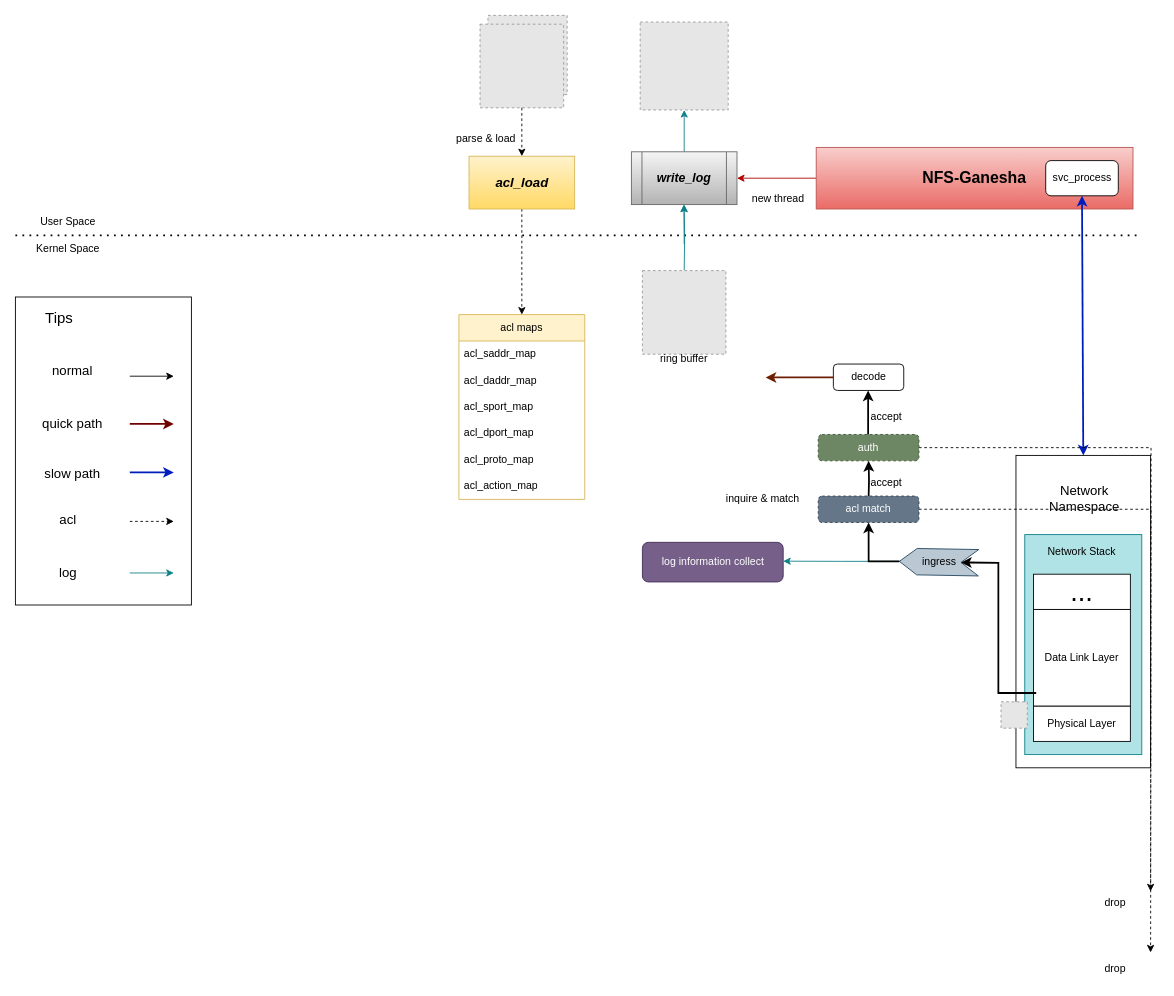
The draw.io diagram 安全模块.drawio in Kakoyi945/cloud, before the edit. Source tidied: cells renumbered, new cells numbered last; positions are measured from the earlier drawing's top-left corner, leaving out a move shared by most shapes. Both pictures are drawn from the tidied source at 88%, with x=0, y=0 at pixel (15, 15). Pictures stored in the file or linked from it are replaced by grey dashed boxes.
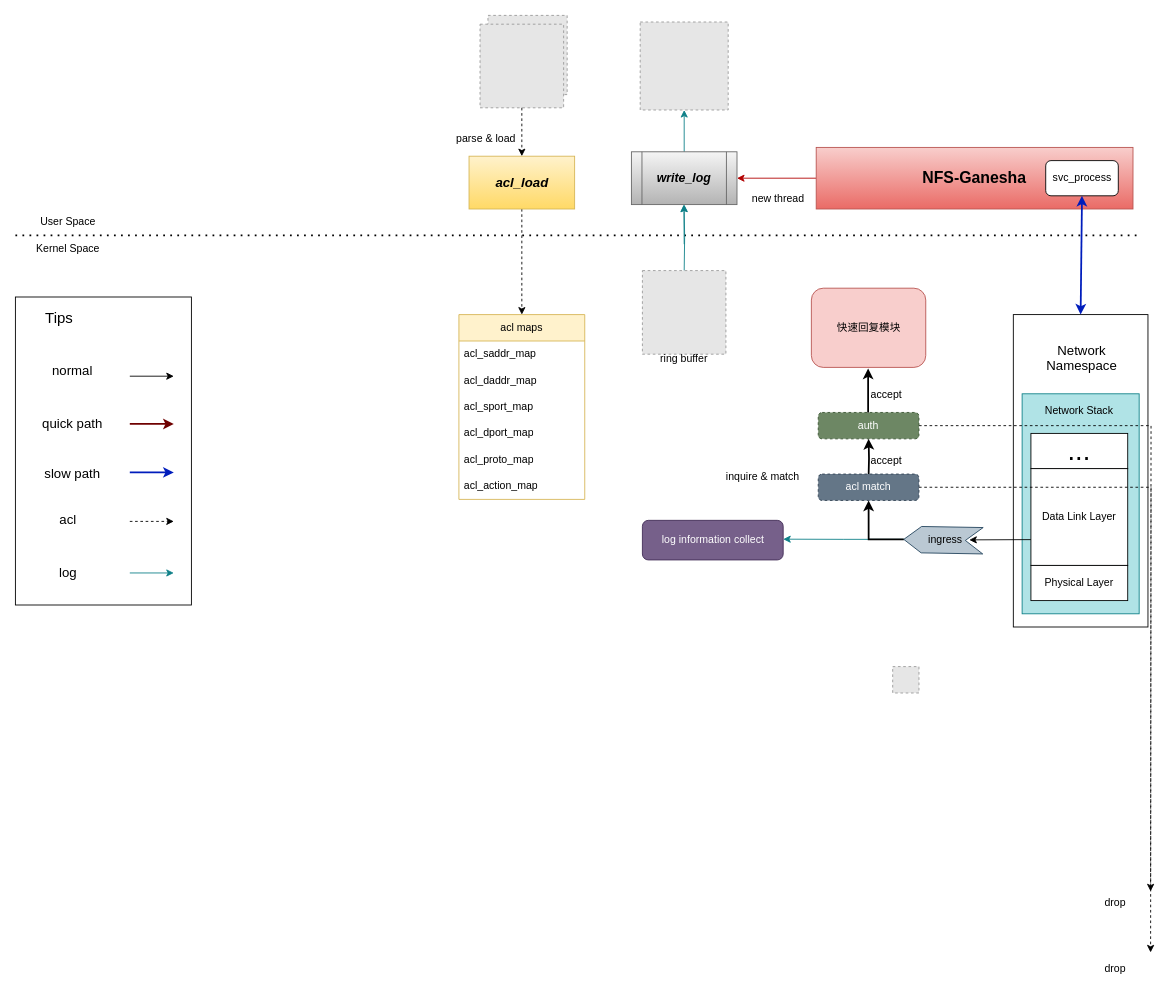
Above is the later version.

Commit message (it also covers changes not shown here):
更新安全模块.drawio

Diff of the diagram source:
```diff
@@
     <mxCell id="2" style="rounded=0;whiteSpace=wrap;html=1;" parent="1" vertex="1">
-      <mxGeometry x="1137" y="500" width="153" height="355" as="geometry" />
+      <mxGeometry x="1134" y="340" width="153" height="355" as="geometry" />
     </mxCell>
     <mxCell id="3" style="rounded=0;whiteSpace=wrap;html=1;fillColor=#b0e3e6;strokeColor=#0e8088;" parent="1" vertex="1">
-      <mxGeometry x="1147" y="590" width="133" height="250" as="geometry" />
+      <mxGeometry x="1144" y="430" width="133" height="250" as="geometry" />
     </mxCell>
@@
     <mxCell id="9" value="Data Link Layer" style="rounded=0;whiteSpace=wrap;html=1;" parent="1" vertex="1">
-      <mxGeometry x="1157" y="675" width="110" height="110" as="geometry" />
+      <mxGeometry x="1154" y="515" width="110" height="110" as="geometry" />
     </mxCell>
     <mxCell id="10" value="Physical Layer" style="rounded=0;whiteSpace=wrap;html=1;" parent="1" vertex="1">
-      <mxGeometry x="1157" y="785" width="110" height="40" as="geometry" />
+      <mxGeometry x="1154" y="625" width="110" height="40" as="geometry" />
     </mxCell>
     <mxCell id="11" value="&lt;font style=&quot;font-size: 31px;&quot;&gt;...&lt;/font&gt;" style="rounded=0;whiteSpace=wrap;html=1;" parent="1" vertex="1">
-      <mxGeometry x="1157" y="635" width="110" height="40" as="geometry" />
+      <mxGeometry x="1154" y="475" width="110" height="40" as="geometry" />
     </mxCell>
     <mxCell id="12" value="Network Stack" style="text;html=1;strokeColor=none;fillColor=none;align=center;verticalAlign=middle;whiteSpace=wrap;rounded=0;" parent="1" vertex="1">
-      <mxGeometry x="1162" y="595" width="100" height="30" as="geometry" />
+      <mxGeometry x="1159" y="435" width="100" height="30" as="geometry" />
     </mxCell>
     <mxCell id="13" style="edgeStyle=orthogonalEdgeStyle;rounded=0;jettySize=auto;html=1;exitX=1;exitY=0.5;exitDx=0;exitDy=0;fillColor=#b0e3e6;strokeColor=#0e8088;" parent="1" edge="1" source="14">
       <mxGeometry relative="1" as="geometry">
-        <mxPoint x="872.5" y="620.2" as="targetPoint" />
+        <mxPoint x="872.5" y="595.2" as="targetPoint" />
       </mxGeometry>
     </mxCell>
     <mxCell id="14" style="shape=step;perimeter=stepPerimeter;whiteSpace=wrap;html=1;fixedSize=1;rotation=-179;fillColor=#bac8d3;strokeColor=#23445d;" parent="1" vertex="1">
-      <mxGeometry x="1004.5" y="606.2" width="90" height="30" as="geometry" />
+      <mxGeometry x="1009.5" y="581.2" width="90" height="30" as="geometry" />
     </mxCell>
@@
     <mxCell id="16" value="ingress" style="text;html=1;strokeColor=none;fillColor=none;align=center;verticalAlign=middle;whiteSpace=wrap;rounded=0;" parent="1" vertex="1">
-      <mxGeometry x="1019.5" y="606.2" width="60" height="30" as="geometry" />
+      <mxGeometry x="1026.8" y="581.2" width="60" height="30" as="geometry" />
     </mxCell>
-    <mxCell id="17" style="endArrow=classic;html=1;rounded=0;entryX=0;entryY=0.5;entryDx=0;entryDy=0;fillColor=#e51400;strokeColor=#000000;strokeWidth=2;" parent="1" edge="1" target="14">
-      <mxGeometry relative="1" as="geometry">
-        <mxPoint x="1160" y="770" as="sourcePoint" />
-        <Array as="points">
-          <mxPoint x="1117" y="770" />
-          <mxPoint x="1117" y="622" />
-        </Array>
-      </mxGeometry>
-    </mxCell>
-    <mxCell id="18" value="decode" style="rounded=1;whiteSpace=wrap;html=1;" parent="1" vertex="1">
-      <mxGeometry x="929.5" y="396.2" width="80" height="30" as="geometry" />
-    </mxCell>
@@
     <mxCell id="35" style="fillColor=#E6E6E6;strokeColor=#999999;dashed=1;verticalLabelPosition=bottom;labelBackgroundColor=default;verticalAlign=top;" parent="1" vertex="1">
-      <mxGeometry x="1120" y="780" width="29.9" height="30" as="geometry" />
+      <mxGeometry x="996.9" y="740" width="29.9" height="30" as="geometry" />
     </mxCell>
     <mxCell id="36" style="edgeStyle=orthogonalEdgeStyle;rounded=0;jettySize=auto;html=1;exitX=0.5;exitY=0;exitDx=0;exitDy=0;entryX=0.5;entryY=1;entryDx=0;entryDy=0;strokeWidth=2;" parent="1" edge="1" target="38">
       <mxGeometry relative="1" as="geometry">
-        <mxPoint x="969.5" y="550.2" as="sourcePoint" />
+        <mxPoint x="969.5" y="525.2" as="sourcePoint" />
       </mxGeometry>
     </mxCell>
@@
     <mxCell id="38" value="auth" style="rounded=1;whiteSpace=wrap;html=1;dashed=1;fillColor=#6d8764;fontColor=#ffffff;strokeColor=#3A5431;" parent="1" vertex="1">
-      <mxGeometry x="912.3" y="476.2" width="114.5" height="30" as="geometry" />
+      <mxGeometry x="912.3" y="451.2" width="114.5" height="30" as="geometry" />
     </mxCell>
     <mxCell id="39" style="endArrow=classic;html=1;rounded=0;strokeWidth=2;" parent="1" edge="1">
       <mxGeometry relative="1" as="geometry">
-        <mxPoint x="969" y="476.2" as="sourcePoint" />
-        <mxPoint x="969" y="426.2" as="targetPoint" />
+        <mxPoint x="969" y="451.2" as="sourcePoint" />
+        <mxPoint x="969" y="401.2" as="targetPoint" />
       </mxGeometry>
     </mxCell>
@@
     <mxCell id="41" value="acl match" style="rounded=1;whiteSpace=wrap;html=1;dashed=1;fillColor=#647687;fontColor=#ffffff;strokeColor=#314354;" parent="1" vertex="1">
-      <mxGeometry x="912.3" y="546.2" width="114.5" height="30" as="geometry" />
+      <mxGeometry x="912.3" y="521.2" width="114.5" height="30" as="geometry" />
     </mxCell>
     <mxCell id="42" value="inquire &amp;amp; match" style="text;html=1;strokeColor=none;fillColor=none;align=center;verticalAlign=middle;whiteSpace=wrap;rounded=0;" parent="1" vertex="1">
-      <mxGeometry x="796" y="533.8" width="107" height="30" as="geometry" />
+      <mxGeometry x="796" y="508.8" width="107" height="30" as="geometry" />
     </mxCell>
@@
     <mxCell id="46" value="log information collect" style="rounded=1;whiteSpace=wrap;html=1;fillColor=#76608a;fontColor=#ffffff;strokeColor=#432D57;" parent="1" vertex="1">
-      <mxGeometry x="712.5" y="598.8" width="160" height="45" as="geometry" />
+      <mxGeometry x="712.5" y="573.8" width="160" height="45" as="geometry" />
     </mxCell>
@@
     <mxCell id="51" value="&lt;font style=&quot;font-size: 15px;&quot;&gt;Network Namespace&lt;/font&gt;" style="text;html=1;strokeColor=none;fillColor=none;align=center;verticalAlign=middle;whiteSpace=wrap;rounded=0;" parent="1" vertex="1">
-      <mxGeometry x="1149.9" y="517.5" width="130.1" height="62.5" as="geometry" />
+      <mxGeometry x="1146.9" y="357.5" width="130.1" height="62.5" as="geometry" />
     </mxCell>
@@
     <mxCell id="53" value="accept" style="text;html=1;strokeColor=none;fillColor=none;align=center;verticalAlign=middle;whiteSpace=wrap;rounded=0;" parent="1" vertex="1">
-      <mxGeometry x="959.5" y="516.2" width="60" height="30" as="geometry" />
+      <mxGeometry x="959.5" y="491.2" width="60" height="30" as="geometry" />
     </mxCell>
     <mxCell id="54" value="accept" style="text;html=1;strokeColor=none;fillColor=none;align=center;verticalAlign=middle;whiteSpace=wrap;rounded=0;" parent="1" vertex="1">
-      <mxGeometry x="959.5" y="441.2" width="60" height="30" as="geometry" />
+      <mxGeometry x="959.5" y="416.2" width="60" height="30" as="geometry" />
     </mxCell>
@@
-    <mxCell id="68" style="endArrow=classic;html=1;rounded=0;entryX=0.993;entryY=0.838;entryDx=0;entryDy=0;entryPerimeter=0;fillColor=#a0522d;strokeColor=#6D1F00;strokeWidth=2;" parent="1" edge="1">
-      <mxGeometry relative="1" as="geometry">
-        <mxPoint x="929.5" y="411.2" as="sourcePoint" />
-        <mxPoint x="852.5" y="411.4" as="targetPoint" />
-      </mxGeometry>
-    </mxCell>
+    <mxCell id="69" style="endArrow=classic;html=1;rounded=0;" parent="1" edge="1">
+      <mxGeometry relative="1" as="geometry">
+        <mxPoint x="1154" y="595.7" as="sourcePoint" />
+        <mxPoint x="1084" y="596" as="targetPoint" />
+      </mxGeometry>
+    </mxCell>
+    <mxCell id="70" value="快速回复模块" style="rounded=1;whiteSpace=wrap;html=1;fillColor=#f8cecc;strokeColor=#b85450;" parent="1" vertex="1">
+      <mxGeometry x="904.5" y="310" width="130" height="90" as="geometry" />
+    </mxCell>
```
